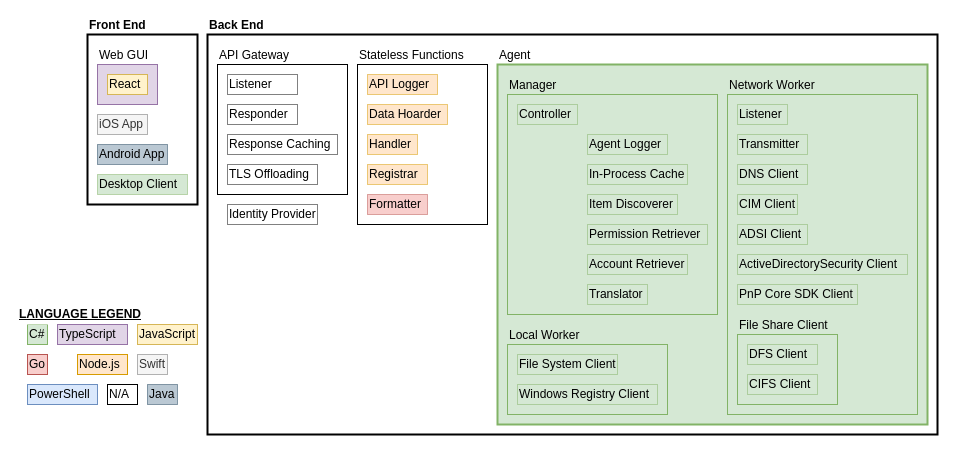
Before: src/img/FunctionalBlockDiagram_v3.drawio in IMJLA/Export-Permission, a draw.io diagram. Source tidied: cells renumbered, new cells numbered last; positions are measured from the earlier drawing's top-left corner, leaving out a move shared by most shapes. Both pictures are drawn from the tidied source at 100%, with x=0, y=0 at pixel (17, 34).
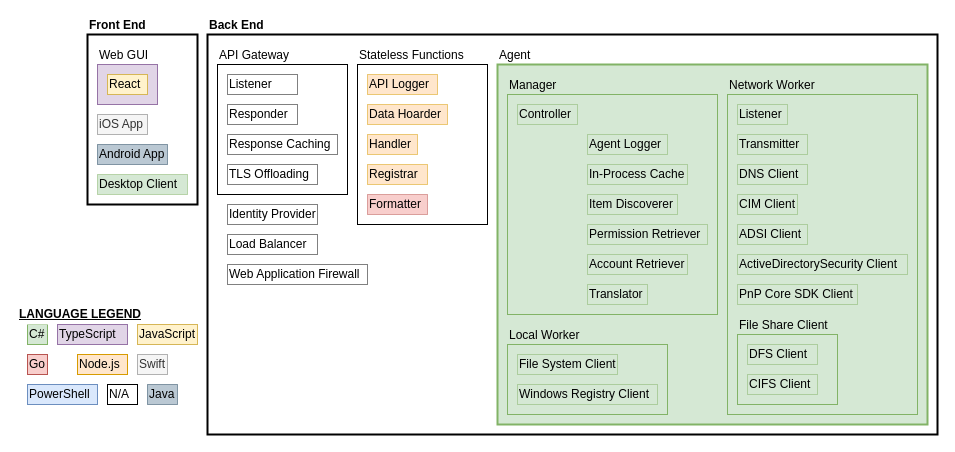
The same page after the edit.

Diff of the diagram source:
```diff
@@
+    <mxCell id="54" value="Load Balancer" style="rounded=0;whiteSpace=wrap;html=1;align=left;dashed=1;dashPattern=1 1;" parent="1" vertex="1">
+      <mxGeometry x="210" y="200" width="90" height="20" as="geometry" />
+    </mxCell>
+    <mxCell id="55" value="Web Application Firewall" style="rounded=0;whiteSpace=wrap;html=1;align=left;dashed=1;dashPattern=1 1;" parent="1" vertex="1">
+      <mxGeometry x="210" y="230" width="140" height="20" as="geometry" />
+    </mxCell>
```
